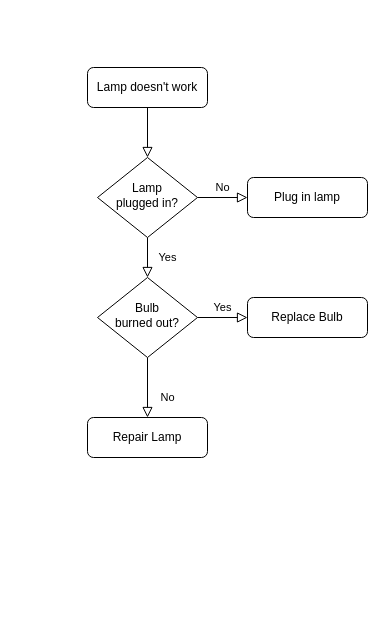
Earlier version of the draw.io diagram lambdas-uploader-处理函数.drawio (wangziling100/Diagram). Source tidied: cells renumbered, new cells numbered last; positions are measured from the earlier drawing's top-left corner, leaving out a move shared by most shapes. Both pictures are drawn from the tidied source at 100%, with x=0, y=0 at pixel (87, 67).
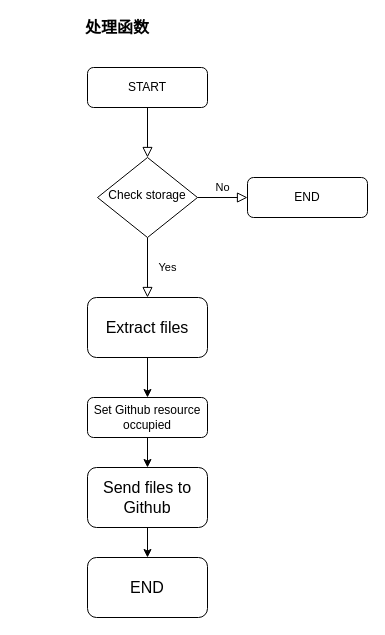
The same page after the edit.

Diff of the diagram source:
```diff
@@
 <mxGraphModel>
   <root>
     <mxCell id="0" />
     <mxCell id="1" parent="0" />
     <mxCell id="2" style="rounded=0;html=1;jettySize=auto;fontSize=11;endArrow=block;endFill=0;endSize=8;strokeWidth=1;shadow=0;labelBackgroundColor=none;edgeStyle=orthogonalEdgeStyle;" parent="1" edge="1" source="3" target="6">
       <mxGeometry relative="1" as="geometry" />
     </mxCell>
-    <mxCell id="3" value="Lamp doesn't work" style="rounded=1;whiteSpace=wrap;html=1;fontSize=12;glass=0;strokeWidth=1;shadow=0;" parent="1" vertex="1">
+    <mxCell id="3" value="START" style="rounded=1;whiteSpace=wrap;html=1;fontSize=12;glass=0;strokeWidth=1;shadow=0;" parent="1" vertex="1">
       <mxGeometry width="120" height="40" as="geometry" />
     </mxCell>
-    <mxCell id="4" value="Yes" style="rounded=0;html=1;jettySize=auto;fontSize=11;endArrow=block;endFill=0;endSize=8;strokeWidth=1;shadow=0;labelBackgroundColor=none;edgeStyle=orthogonalEdgeStyle;" parent="1" edge="1" source="6" target="10">
+    <mxCell id="4" value="Yes" style="rounded=0;html=1;jettySize=auto;fontSize=11;endArrow=block;endFill=0;endSize=8;strokeWidth=1;shadow=0;labelBackgroundColor=none;edgeStyle=orthogonalEdgeStyle;entryX=0.5;entryY=0;entryDx=0;entryDy=0;" parent="1" edge="1" source="6" target="16">
       <mxGeometry y="20" relative="1" as="geometry" />
     </mxCell>
     <mxCell id="5" value="No" style="edgeStyle=orthogonalEdgeStyle;rounded=0;html=1;jettySize=auto;fontSize=11;endArrow=block;endFill=0;endSize=8;strokeWidth=1;shadow=0;labelBackgroundColor=none;" parent="1" edge="1" source="6" target="7">
       <mxGeometry y="10" relative="1" as="geometry" />
     </mxCell>
-    <mxCell id="6" value="Lamp&lt;br&gt;plugged in?" style="rhombus;whiteSpace=wrap;html=1;shadow=0;fontFamily=Helvetica;fontSize=12;align=center;strokeWidth=1;spacing=6;spacingTop=-4;" parent="1" vertex="1">
+    <mxCell id="6" value="Check storage" style="rhombus;whiteSpace=wrap;html=1;shadow=0;fontFamily=Helvetica;fontSize=12;align=center;strokeWidth=1;spacing=6;spacingTop=-4;" parent="1" vertex="1">
       <mxGeometry x="10" y="90" width="100" height="80" as="geometry" />
     </mxCell>
-    <mxCell id="7" value="Plug in lamp" style="rounded=1;whiteSpace=wrap;html=1;fontSize=12;glass=0;strokeWidth=1;shadow=0;" parent="1" vertex="1">
+    <mxCell id="7" value="END" style="rounded=1;whiteSpace=wrap;html=1;fontSize=12;glass=0;strokeWidth=1;shadow=0;" parent="1" vertex="1">
       <mxGeometry x="160" y="110" width="120" height="40" as="geometry" />
     </mxCell>
-    <mxCell id="8" value="No" style="rounded=0;html=1;jettySize=auto;fontSize=11;endArrow=block;endFill=0;endSize=8;strokeWidth=1;shadow=0;labelBackgroundColor=none;edgeStyle=orthogonalEdgeStyle;" parent="1" edge="1" source="10" target="11">
-      <mxGeometry x="0.33" y="20" relative="1" as="geometry" />
-    </mxCell>
-    <mxCell id="9" value="Yes" style="edgeStyle=orthogonalEdgeStyle;rounded=0;html=1;jettySize=auto;fontSize=11;endArrow=block;endFill=0;endSize=8;strokeWidth=1;shadow=0;labelBackgroundColor=none;" parent="1" edge="1" source="10" target="12">
-      <mxGeometry y="10" relative="1" as="geometry" />
-    </mxCell>
-    <mxCell id="10" value="Bulb&lt;br&gt;burned out?" style="rhombus;whiteSpace=wrap;html=1;shadow=0;fontFamily=Helvetica;fontSize=12;align=center;strokeWidth=1;spacing=6;spacingTop=-4;" parent="1" vertex="1">
-      <mxGeometry x="10" y="210" width="100" height="80" as="geometry" />
-    </mxCell>
+    <mxCell id="13" style="edgeStyle=orthogonalEdgeStyle;rounded=0;jettySize=auto;html=1;entryX=0.5;entryY=0;entryDx=0;entryDy=0;fontSize=16;" parent="1" edge="1" source="11" target="18">
+      <mxGeometry relative="1" as="geometry" />
+    </mxCell>
-    <mxCell id="11" value="Repair Lamp" style="rounded=1;whiteSpace=wrap;html=1;fontSize=12;glass=0;strokeWidth=1;shadow=0;" parent="1" vertex="1">
-      <mxGeometry y="350" width="120" height="40" as="geometry" />
+    <mxCell id="11" value="Set Github resource occupied" style="rounded=1;whiteSpace=wrap;html=1;fontSize=12;glass=0;strokeWidth=1;shadow=0;" parent="1" vertex="1">
+      <mxGeometry y="330" width="120" height="40" as="geometry" />
     </mxCell>
-    <mxCell id="12" value="Replace Bulb" style="rounded=1;whiteSpace=wrap;html=1;fontSize=12;glass=0;strokeWidth=1;shadow=0;" parent="1" vertex="1">
-      <mxGeometry x="160" y="230" width="120" height="40" as="geometry" />
-    </mxCell>
+    <mxCell id="14" value="&lt;b&gt;处理函数&lt;/b&gt;" style="text;html=1;strokeColor=none;fillColor=none;align=center;verticalAlign=middle;whiteSpace=wrap;rounded=0;fontSize=16;" parent="1" vertex="1">
+      <mxGeometry x="-70" y="-50" width="200" height="20" as="geometry" />
+    </mxCell>
+    <mxCell id="15" style="edgeStyle=orthogonalEdgeStyle;rounded=0;jettySize=auto;html=1;fontSize=16;" parent="1" edge="1" source="16" target="11">
+      <mxGeometry relative="1" as="geometry" />
+    </mxCell>
+    <mxCell id="16" value="Extract files" style="rounded=1;whiteSpace=wrap;html=1;fontSize=16;" parent="1" vertex="1">
+      <mxGeometry y="230" width="120" height="60" as="geometry" />
+    </mxCell>
+    <mxCell id="17" style="edgeStyle=orthogonalEdgeStyle;rounded=0;jettySize=auto;html=1;fontSize=16;" parent="1" edge="1" source="18" target="19">
+      <mxGeometry relative="1" as="geometry" />
+    </mxCell>
+    <mxCell id="18" value="Send files to Github" style="rounded=1;whiteSpace=wrap;html=1;fontSize=16;" parent="1" vertex="1">
+      <mxGeometry y="400" width="120" height="60" as="geometry" />
+    </mxCell>
+    <mxCell id="19" value="END" style="rounded=1;whiteSpace=wrap;html=1;fontSize=16;" parent="1" vertex="1">
+      <mxGeometry y="490" width="120" height="60" as="geometry" />
+    </mxCell>
   </root>
 </mxGraphModel>
```
